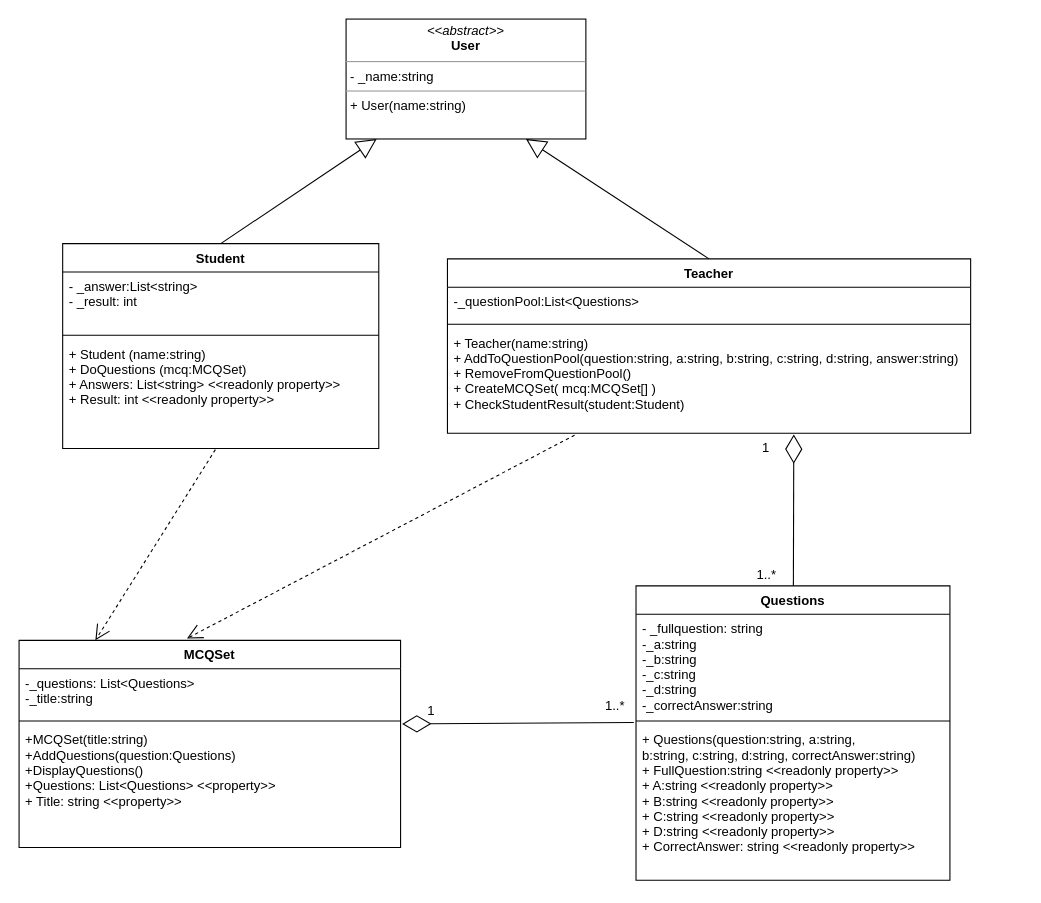
The draw.io diagram CreditTaskUML.drawio in LastMinuteBanter/DistinctionTaskUML, before the edit. Source tidied: cells renumbered, new cells numbered last; positions are measured from the earlier drawing's top-left corner, leaving out a move shared by most shapes. Both pictures are drawn from the tidied source at 109%, with x=0, y=0 at pixel (19, 19).
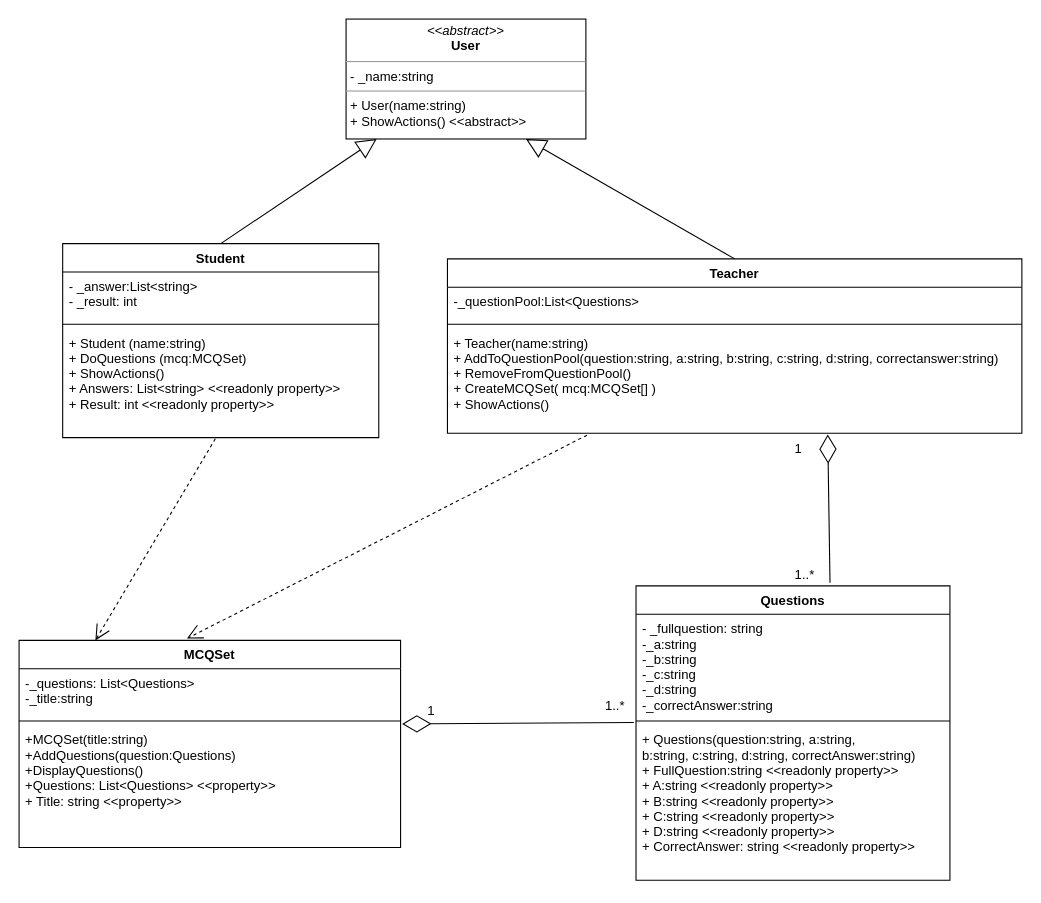
The same diagram, later.

Unchanged cells that the change refers to:
```xml
<mxCell id="15" value="Questions" style="swimlane;fontStyle=1;align=center;verticalAlign=top;horizontal=1;startSize=26;" parent="1" vertex="1">
  <mxGeometry x="566" y="520" width="288" height="270" as="geometry" />
</mxCell>
```

Diff of the diagram source:
```diff
@@
-    <mxCell id="2" value="&lt;p style=&quot;margin: 0px ; margin-top: 4px ; text-align: center&quot;&gt;&lt;i&gt;&amp;lt;&amp;lt;abstract&amp;gt;&amp;gt;&lt;/i&gt;&lt;br&gt;&lt;b&gt;User&lt;/b&gt;&lt;/p&gt;&lt;hr size=&quot;1&quot;&gt;&lt;p style=&quot;margin: 0px ; margin-left: 4px&quot;&gt;- _name:string&lt;/p&gt;&lt;hr size=&quot;1&quot;&gt;&lt;p style=&quot;margin: 0px ; margin-left: 4px&quot;&gt;+ User(name:string)&lt;br&gt;&lt;/p&gt;" style="verticalAlign=top;align=left;overflow=fill;fontSize=12;fontFamily=Helvetica;html=1;" parent="1" vertex="1">
+    <mxCell id="2" value="&lt;p style=&quot;margin: 0px ; margin-top: 4px ; text-align: center&quot;&gt;&lt;i&gt;&amp;lt;&amp;lt;abstract&amp;gt;&amp;gt;&lt;/i&gt;&lt;br&gt;&lt;b&gt;User&lt;/b&gt;&lt;/p&gt;&lt;hr size=&quot;1&quot;&gt;&lt;p style=&quot;margin: 0px ; margin-left: 4px&quot;&gt;- _name:string&lt;/p&gt;&lt;hr size=&quot;1&quot;&gt;&lt;p style=&quot;margin: 0px ; margin-left: 4px&quot;&gt;+ User(name:string)&lt;/p&gt;&lt;p style=&quot;margin: 0px ; margin-left: 4px&quot;&gt;+ ShowActions() &amp;lt;&amp;lt;abstract&amp;gt;&amp;gt;&lt;br&gt;&lt;/p&gt;" style="verticalAlign=top;align=left;overflow=fill;fontSize=12;fontFamily=Helvetica;html=1;" parent="1" vertex="1">
       <mxGeometry x="300" width="220" height="110" as="geometry" />
     </mxCell>
     <mxCell id="3" value="Student" style="swimlane;fontStyle=1;align=center;verticalAlign=top;horizontal=1;startSize=26;" parent="1" vertex="1">
-      <mxGeometry x="40" y="206" width="290" height="188" as="geometry" />
+      <mxGeometry x="40" y="206" width="290" height="178" as="geometry" />
     </mxCell>
     <mxCell id="4" value="- _answer:List&lt;string&gt;&#10;- _result: int&#10;" style="text;strokeColor=none;fillColor=none;align=left;verticalAlign=top;spacingLeft=4;spacingRight=4;overflow=hidden;" parent="3" vertex="1">
-      <mxGeometry y="26" width="290" height="54" as="geometry" />
+      <mxGeometry y="26" width="290" height="44" as="geometry" />
     </mxCell>
     <mxCell id="5" style="line;strokeWidth=1;fillColor=none;align=left;verticalAlign=middle;spacingTop=-1;spacingLeft=3;spacingRight=3;labelPosition=right;" parent="3" vertex="1">
-      <mxGeometry y="80" width="290" height="8" as="geometry" />
+      <mxGeometry y="70" width="290" height="8" as="geometry" />
     </mxCell>
-    <mxCell id="6" value="+ Student (name:string)&#10;+ DoQuestions (mcq:MCQSet)&#10;+ Answers: List&lt;string&gt; &lt;&lt;readonly property&gt;&gt;&#10;+ Result: int &lt;&lt;readonly property&gt;&gt;&#10;" style="text;strokeColor=none;fillColor=none;align=left;verticalAlign=top;spacingLeft=4;spacingRight=4;overflow=hidden;points=[[0,0.5],[1,0.5]];portConstraint=eastwest;" parent="3" vertex="1">
-      <mxGeometry y="88" width="290" height="100" as="geometry" />
+    <mxCell id="6" value="+ Student (name:string)&#10;+ DoQuestions (mcq:MCQSet)&#10;+ ShowActions()&#10;+ Answers: List&lt;string&gt; &lt;&lt;readonly property&gt;&gt;&#10;+ Result: int &lt;&lt;readonly property&gt;&gt;&#10;" style="text;strokeColor=none;fillColor=none;align=left;verticalAlign=top;spacingLeft=4;spacingRight=4;overflow=hidden;points=[[0,0.5],[1,0.5]];portConstraint=eastwest;" parent="3" vertex="1">
+      <mxGeometry y="78" width="290" height="100" as="geometry" />
     </mxCell>
     <mxCell id="7" value="Teacher" style="swimlane;fontStyle=1;align=center;verticalAlign=top;horizontal=1;startSize=26;" parent="1" vertex="1">
-      <mxGeometry x="393" y="220" width="480" height="160" as="geometry" />
+      <mxGeometry x="393" y="220" width="527" height="160" as="geometry" />
     </mxCell>
     <mxCell id="8" value="-_questionPool:List&lt;Questions&gt;&#10;" style="text;strokeColor=none;fillColor=none;align=left;verticalAlign=top;spacingLeft=4;spacingRight=4;overflow=hidden;" parent="7" vertex="1">
-      <mxGeometry y="26" width="480" height="30" as="geometry" />
+      <mxGeometry y="26" width="527" height="30" as="geometry" />
     </mxCell>
     <mxCell id="9" style="line;strokeWidth=1;fillColor=none;align=left;verticalAlign=middle;spacingTop=-1;spacingLeft=3;spacingRight=3;labelPosition=right;" parent="7" vertex="1">
-      <mxGeometry y="56" width="480" height="8" as="geometry" />
+      <mxGeometry y="56" width="527" height="8" as="geometry" />
     </mxCell>
-    <mxCell id="10" value="+ Teacher(name:string)&#10;+ AddToQuestionPool(question:string, a:string, b:string, c:string, d:string, answer:string)&#10;+ RemoveFromQuestionPool()&#10;+ CreateMCQSet( mcq:MCQSet[] )&#10;+ CheckStudentResult(student:Student)          " style="text;strokeColor=none;fillColor=none;align=left;verticalAlign=top;spacingLeft=4;spacingRight=4;overflow=hidden;points=[[0,0.5],[1,0.5]];portConstraint=eastwest;" parent="7" vertex="1">
-      <mxGeometry y="64" width="480" height="96" as="geometry" />
+    <mxCell id="10" value="+ Teacher(name:string)&#10;+ AddToQuestionPool(question:string, a:string, b:string, c:string, d:string, correctanswer:string)&#10;+ RemoveFromQuestionPool()&#10;+ CreateMCQSet( mcq:MCQSet[] )&#10;+ ShowActions()          " style="text;strokeColor=none;fillColor=none;align=left;verticalAlign=top;spacingLeft=4;spacingRight=4;overflow=hidden;points=[[0,0.5],[1,0.5]];portConstraint=eastwest;" parent="7" vertex="1">
+      <mxGeometry y="64" width="527" height="96" as="geometry" />
     </mxCell>
@@
-    <mxCell id="21" style="endArrow=diamondThin;endFill=0;endSize=24;html=1;entryX=0.662;entryY=1.011;entryDx=0;entryDy=0;entryPerimeter=0;" parent="1" edge="1" source="15" target="10">
+    <mxCell id="21" style="endArrow=diamondThin;endFill=0;endSize=24;html=1;entryX=0.662;entryY=1.011;entryDx=0;entryDy=0;entryPerimeter=0;exitX=0.618;exitY=-0.011;exitDx=0;exitDy=0;exitPerimeter=0;" parent="1" edge="1" source="15" target="10">
       <mxGeometry relative="1" as="geometry" />
     </mxCell>
@@
     <mxCell id="25" value="1..*" style="text;html=1;align=left;verticalAlign=top;spacingTop=-4;" parent="1" vertex="1">
-      <mxGeometry x="675" y="500" width="30" height="20" as="geometry" />
+      <mxGeometry x="710" y="500" width="30" height="20" as="geometry" />
     </mxCell>
     <mxCell id="26" value="1" style="text;html=1;align=left;verticalAlign=top;spacingTop=-4;" parent="1" vertex="1">
-      <mxGeometry x="680" y="384" width="20" height="20" as="geometry" />
+      <mxGeometry x="710" y="385" width="20" height="20" as="geometry" />
     </mxCell>
```
